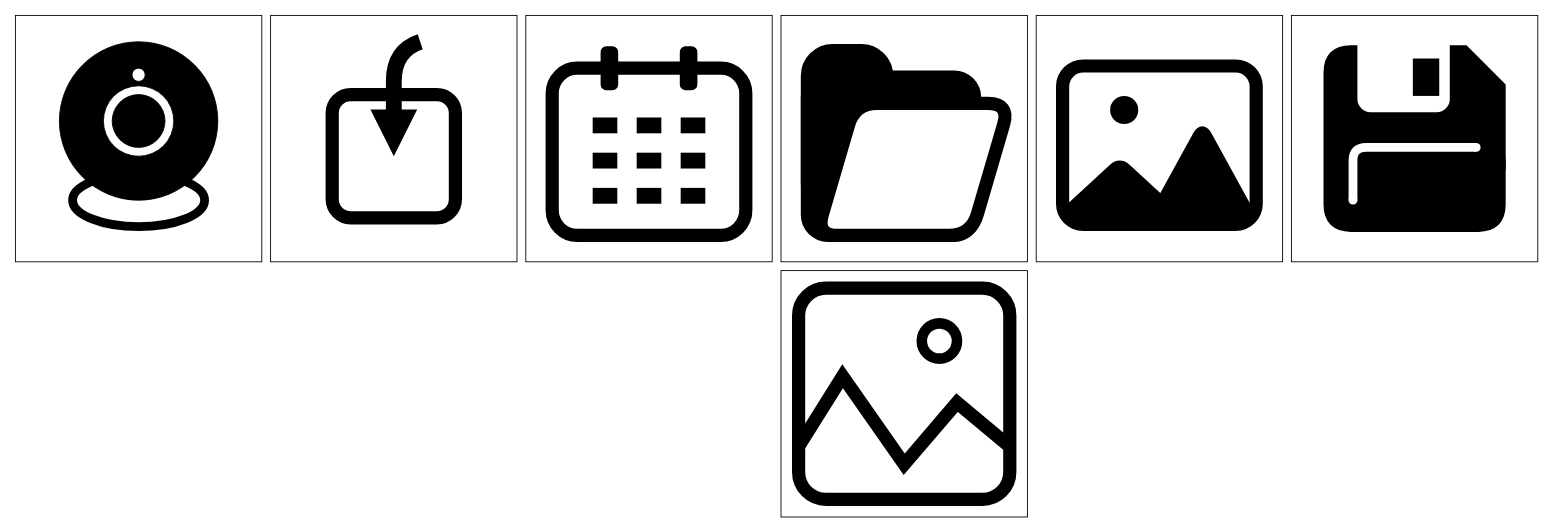
chbauman/StoryTime keeps this draw.io diagram as Icons/story_time_icons.drawio. Above is the earlier version. Source tidied: cells renumbered, new cells numbered last; positions are measured from the earlier drawing's top-left corner, leaving out a move shared by most shapes. Both pictures are drawn from the tidied source at 88%, with x=0, y=0 at pixel (15, 15).
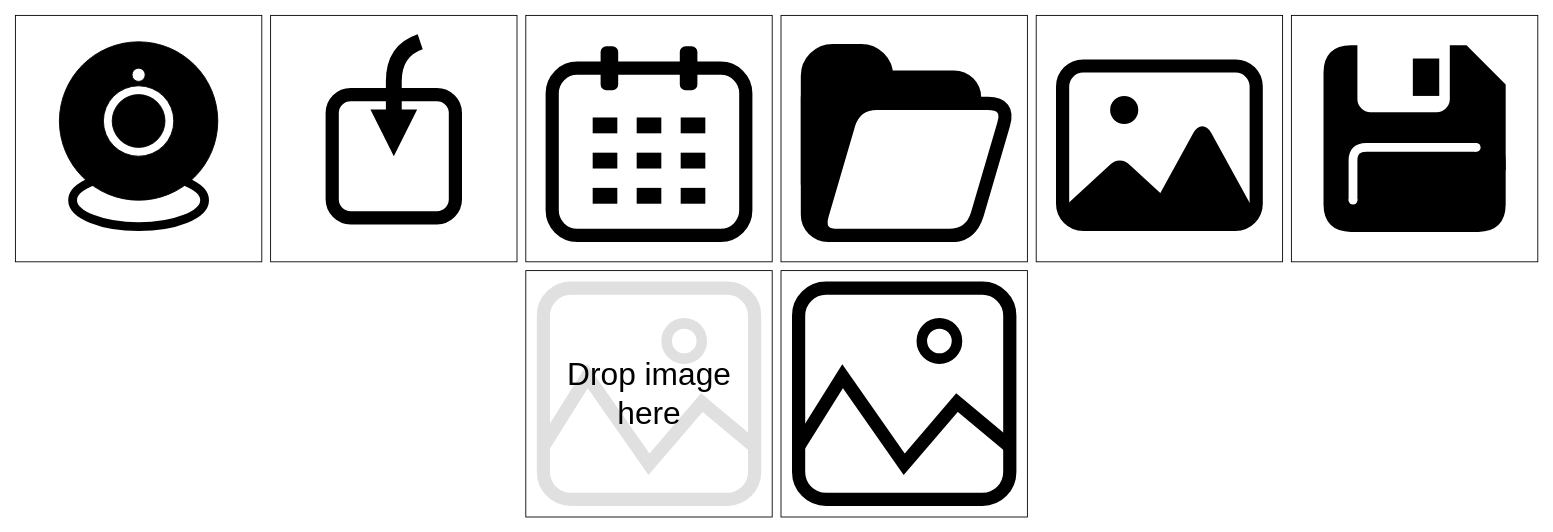
The same diagram, later.

What changed in the source:
```diff
@@
+    <mxCell id="45" style="rounded=0;whiteSpace=wrap;html=1;strokeWidth=1;fillColor=none;strokeColor=#000000;" parent="1" vertex="1">
+      <mxGeometry x="580" y="290" width="280" height="280" as="geometry" />
+    </mxCell>
+    <mxCell id="46" style="rounded=1;whiteSpace=wrap;html=1;strokeWidth=15;fillColor=none;arcSize=13;strokeColor=#E0E0E0;" parent="1" vertex="1">
+      <mxGeometry x="600" y="310" width="240" height="240" as="geometry" />
+    </mxCell>
+    <mxCell id="47" style="ellipse;whiteSpace=wrap;html=1;rounded=1;shadow=0;strokeWidth=12;fillColor=none;fontSize=14;strokeColor=#E0E0E0;" parent="1" vertex="1">
+      <mxGeometry x="740" y="350" width="40" height="40" as="geometry" />
+    </mxCell>
+    <mxCell id="48" style="endArrow=none;html=1;strokeColor=#E0E0E0;strokeWidth=15;fontSize=14;entryX=1;entryY=0.75;entryDx=0;entryDy=0;rounded=0;" parent="1" edge="1" target="46">
+      <mxGeometry relative="1" as="geometry">
+        <mxPoint x="600" y="490" as="sourcePoint" />
+        <Array as="points">
+          <mxPoint x="650" y="410" />
+          <mxPoint x="720" y="510" />
+          <mxPoint x="780" y="440" />
+        </Array>
+      </mxGeometry>
+    </mxCell>
+    <mxCell id="49" value="&lt;font style=&quot;font-size: 36px&quot;&gt;Drop image&lt;br&gt;here&lt;/font&gt;" style="text;html=1;align=center;verticalAlign=middle;" parent="1" vertex="1">
+      <mxGeometry x="620" y="405" width="200" height="50" as="geometry" />
+    </mxCell>
```
